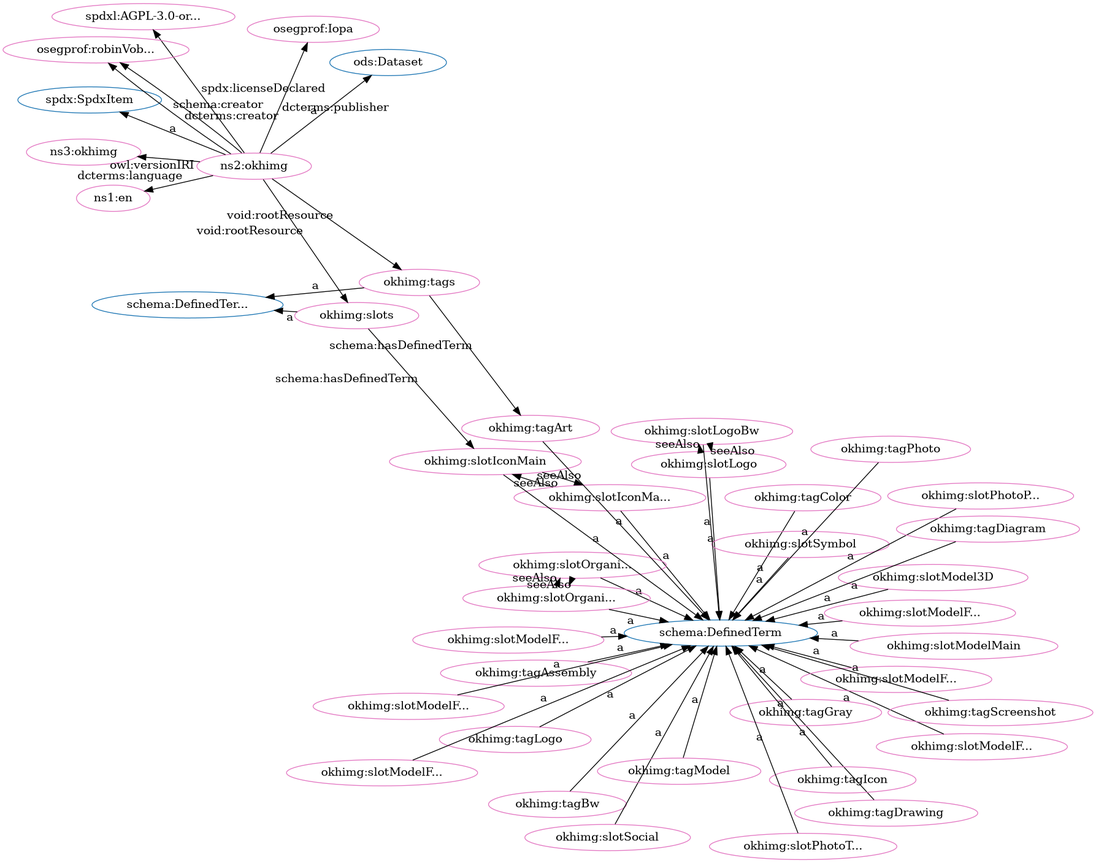
Earlier version of the Graphviz export src/spec/fdp_okh-img.png (iop-alliance/OpenKnowHow). Its source is kept beside it as src/spec/fdp_okh-img.dot.
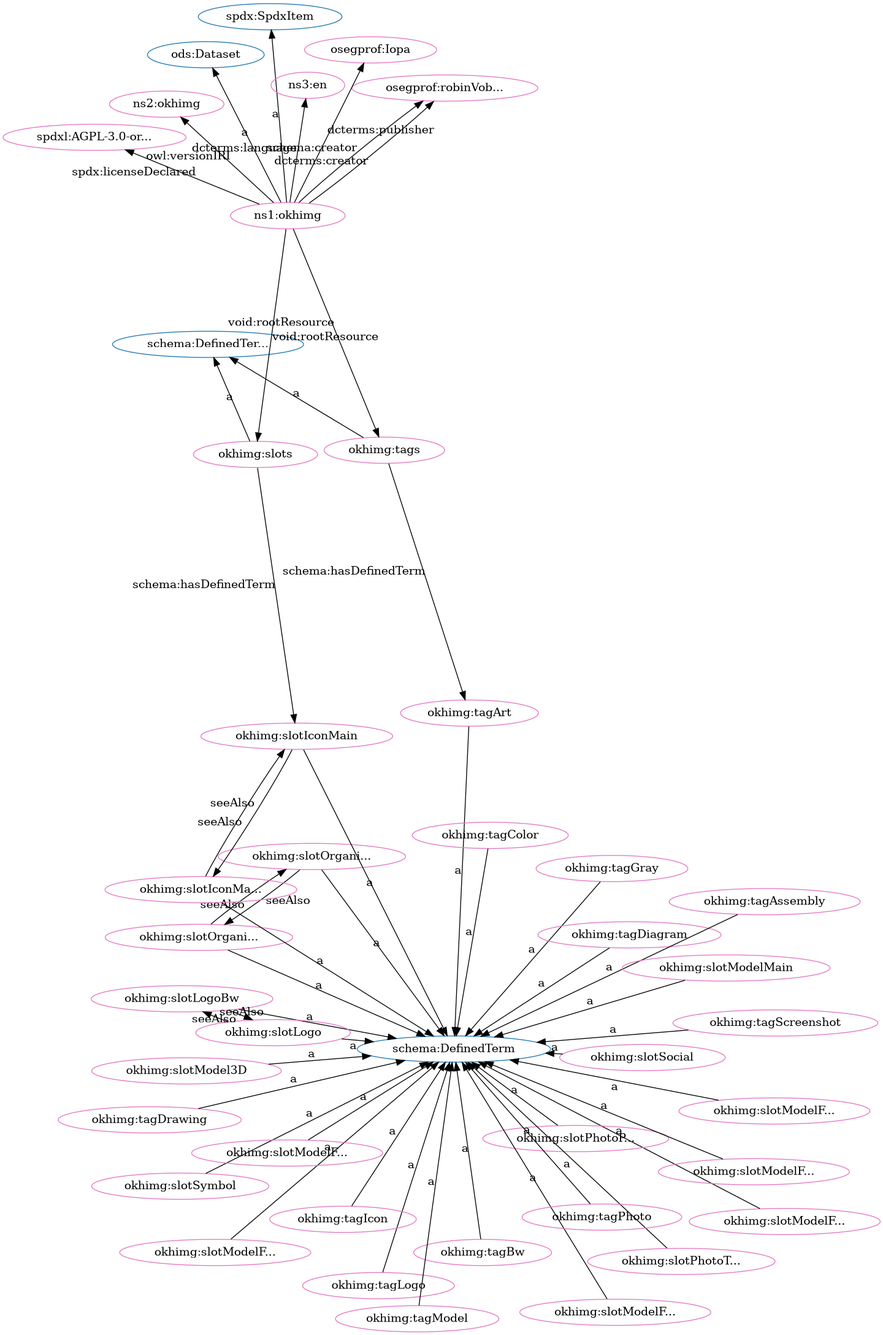
Above is the later version.

Diff of the diagram source:
```diff
@@ -1,96 +1,96 @@
 digraph G {
   rankdir=BT
   node[height=.3]
+"http://schema.org/DefinedTermSet" [fillcolor="#1f77b4" color="#1f77b4" label="schema:DefinedTer..."]
+"http://spdx.org/rdf/terms#SpdxItem" [fillcolor="#1f77b4" color="#1f77b4" label="spdx:SpdxItem"]
+"http://schema.org/DefinedTerm" [fillcolor="#1f77b4" color="#1f77b4" label="schema:DefinedTerm"]
 "http://w3id.org/oseg/ont/ods#Dataset" [fillcolor="#1f77b4" color="#1f77b4" label="ods:Dataset"]
-"http://schema.org/DefinedTermSet" [fillcolor="#1f77b4" color="#1f77b4" label="schema:DefinedTer..."]
-"http://schema.org/DefinedTerm" [fillcolor="#1f77b4" color="#1f77b4" label="schema:DefinedTerm"]
-"http://spdx.org/rdf/terms#SpdxItem" [fillcolor="#1f77b4" color="#1f77b4" label="spdx:SpdxItem"]
+"http://w3id.org/oseg/ont/okhimg#slotLogoBw" [fillcolor="#e377c2" color="#e377c2" label="okhimg:slotLogoBw"]
+"http://w3id.org/oseg/ont/okhimg#tagArt" [fillcolor="#e377c2" color="#e377c2" label="okhimg:tagArt"]
+"http://w3id.org/oseg/ont/okhimg" [fillcolor="#e377c2" color="#e377c2" label="ns1:okhimg"]
+"http://w3id.org/oseg/ont/okhimg#slotOrganizationLogo" [fillcolor="#e377c2" color="#e377c2" label="okhimg:slotOrgani..."]
+"http://w3id.org/oseg/ont/oseg-profiles#robinVobruba" [fillcolor="#e377c2" color="#e377c2" label="osegprof:robinVob..."]
+"http://w3id.org/oseg/ont/okhimg#slotOrganizationLogoBw" [fillcolor="#e377c2" color="#e377c2" label="okhimg:slotOrgani..."]
+"http://w3id.org/oseg/ont/okhimg#tagLogo" [fillcolor="#e377c2" color="#e377c2" label="okhimg:tagLogo"]
+"http://w3id.org/oseg/ont/okhimg#tagGray" [fillcolor="#e377c2" color="#e377c2" label="okhimg:tagGray"]
+"http://w3id.org/oseg/ont/okhimg#slotIconMain" [fillcolor="#e377c2" color="#e377c2" label="okhimg:slotIconMain"]
+"http://w3id.org/oseg/ont/okhimg#slotModelFromBack" [fillcolor="#e377c2" color="#e377c2" label="okhimg:slotModelF..."]
+"http://w3id.org/oseg/ont/okhimg#slotSocial" [fillcolor="#e377c2" color="#e377c2" label="okhimg:slotSocial"]
+"http://w3id.org/oseg/ont/okhimg#slotSymbol" [fillcolor="#e377c2" color="#e377c2" label="okhimg:slotSymbol"]
+"http://w3id.org/oseg/ont/okhimg#tags" [fillcolor="#e377c2" color="#e377c2" label="okhimg:tags"]
+"http://w3id.org/oseg/ont/okhimg#tagDiagram" [fillcolor="#e377c2" color="#e377c2" label="okhimg:tagDiagram"]
 "http://w3id.org/oseg/ont/okhimg#slotIconMainBw" [fillcolor="#e377c2" color="#e377c2" label="okhimg:slotIconMa..."]
+"http://w3id.org/oseg/ont/okhimg#tagAssembly" [fillcolor="#e377c2" color="#e377c2" label="okhimg:tagAssembly"]
+"http://w3id.org/oseg/ont/0.1.0/okhimg" [fillcolor="#e377c2" color="#e377c2" label="ns2:okhimg"]
+"http://w3id.org/oseg/ont/okhimg#slots" [fillcolor="#e377c2" color="#e377c2" label="okhimg:slots"]
 "http://spdx.org/licenses/AGPL-3.0-or-later" [fillcolor="#e377c2" color="#e377c2" label="spdxl:AGPL-3.0-or..."]
-"http://w3id.org/oseg/ont/okhimg#slotOrganizationLogoBw" [fillcolor="#e377c2" color="#e377c2" label="okhimg:slotOrgani..."]
+"http://id.loc.gov/vocabulary/iso639-1/en" [fillcolor="#e377c2" color="#e377c2" label="ns3:en"]
+"http://w3id.org/oseg/ont/okhimg#slotModelFromBelow" [fillcolor="#e377c2" color="#e377c2" label="okhimg:slotModelF..."]
+"http://w3id.org/oseg/ont/okhimg#slotPhotoPackaging" [fillcolor="#e377c2" color="#e377c2" label="okhimg:slotPhotoP..."]
+"http://w3id.org/oseg/ont/okhimg#tagColor" [fillcolor="#e377c2" color="#e377c2" label="okhimg:tagColor"]
+"http://w3id.org/oseg/ont/okhimg#tagDrawing" [fillcolor="#e377c2" color="#e377c2" label="okhimg:tagDrawing"]
+"http://w3id.org/oseg/ont/okhimg#slotModelFromRight" [fillcolor="#e377c2" color="#e377c2" label="okhimg:slotModelF..."]
+"http://w3id.org/oseg/ont/okhimg#slotModelFromAbove" [fillcolor="#e377c2" color="#e377c2" label="okhimg:slotModelF..."]
 "http://w3id.org/oseg/ont/okhimg#slotLogo" [fillcolor="#e377c2" color="#e377c2" label="okhimg:slotLogo"]
-"http://w3id.org/oseg/ont/okhimg#tagDrawing" [fillcolor="#e377c2" color="#e377c2" label="okhimg:tagDrawing"]
-"http://w3id.org/oseg/ont/okhimg#slots" [fillcolor="#e377c2" color="#e377c2" label="okhimg:slots"]
-"http://w3id.org/oseg/ont/okhimg#tags" [fillcolor="#e377c2" color="#e377c2" label="okhimg:tags"]
-"http://id.loc.gov/vocabulary/iso639-1/en" [fillcolor="#e377c2" color="#e377c2" label="ns1:en"]
-"http://w3id.org/oseg/ont/okhimg#slotModelFromBelow" [fillcolor="#e377c2" color="#e377c2" label="okhimg:slotModelF..."]
-"http://w3id.org/oseg/ont/okhimg#tagColor" [fillcolor="#e377c2" color="#e377c2" label="okhimg:tagColor"]
-"http://w3id.org/oseg/ont/okhimg#slotIconMain" [fillcolor="#e377c2" color="#e377c2" label="okhimg:slotIconMain"]
-"http://w3id.org/oseg/ont/okhimg#slotSymbol" [fillcolor="#e377c2" color="#e377c2" label="okhimg:slotSymbol"]
-"http://w3id.org/oseg/ont/okhimg#slotPhotoPackaging" [fillcolor="#e377c2" color="#e377c2" label="okhimg:slotPhotoP..."]
-"http://w3id.org/oseg/ont/okhimg" [fillcolor="#e377c2" color="#e377c2" label="ns2:okhimg"]
+"http://w3id.org/oseg/ont/okhimg#slotModel3D" [fillcolor="#e377c2" color="#e377c2" label="okhimg:slotModel3D"]
 "http://w3id.org/oseg/ont/okhimg#tagBw" [fillcolor="#e377c2" color="#e377c2" label="okhimg:tagBw"]
-"http://w3id.org/oseg/ont/okhimg#tagLogo" [fillcolor="#e377c2" color="#e377c2" label="okhimg:tagLogo"]
-"http://w3id.org/oseg/ont/okhimg#slotSocial" [fillcolor="#e377c2" color="#e377c2" label="okhimg:slotSocial"]
-"http://w3id.org/oseg/ont/oseg-profiles#robinVobruba" [fillcolor="#e377c2" color="#e377c2" label="osegprof:robinVob..."]
-"http://w3id.org/oseg/ont/okhimg#tagAssembly" [fillcolor="#e377c2" color="#e377c2" label="okhimg:tagAssembly"]
+"http://w3id.org/oseg/ont/okhimg#tagScreenshot" [fillcolor="#e377c2" color="#e377c2" label="okhimg:tagScreenshot"]
+"http://w3id.org/oseg/ont/oseg-profiles#Iopa" [fillcolor="#e377c2" color="#e377c2" label="osegprof:Iopa"]
+"http://w3id.org/oseg/ont/okhimg#slotPhotoThingMain" [fillcolor="#e377c2" color="#e377c2" label="okhimg:slotPhotoT..."]
+"http://w3id.org/oseg/ont/okhimg#slotModelMain" [fillcolor="#e377c2" color="#e377c2" label="okhimg:slotModelMain"]
+"http://w3id.org/oseg/ont/okhimg#tagIcon" [fillcolor="#e377c2" color="#e377c2" label="okhimg:tagIcon"]
+"http://w3id.org/oseg/ont/okhimg#slotModelFromLeft" [fillcolor="#e377c2" color="#e377c2" label="okhimg:slotModelF..."]
+"http://w3id.org/oseg/ont/okhimg#tagModel" [fillcolor="#e377c2" color="#e377c2" label="okhimg:tagModel"]
+"http://w3id.org/oseg/ont/okhimg#slotModelFromFront" [fillcolor="#e377c2" color="#e377c2" label="okhimg:slotModelF..."]
 "http://w3id.org/oseg/ont/okhimg#tagPhoto" [fillcolor="#e377c2" color="#e377c2" label="okhimg:tagPhoto"]
-"http://w3id.org/oseg/ont/okhimg#tagArt" [fillcolor="#e377c2" color="#e377c2" label="okhimg:tagArt"]
-"http://w3id.org/oseg/ont/okhimg#slotLogoBw" [fillcolor="#e377c2" color="#e377c2" label="okhimg:slotLogoBw"]
-"http://w3id.org/oseg/ont/okhimg#tagGray" [fillcolor="#e377c2" color="#e377c2" label="okhimg:tagGray"]
-"http://w3id.org/oseg/ont/okhimg#slotModelFromBack" [fillcolor="#e377c2" color="#e377c2" label="okhimg:slotModelF..."]
-"http://w3id.org/oseg/ont/okhimg#tagModel" [fillcolor="#e377c2" color="#e377c2" label="okhimg:tagModel"]
-"http://w3id.org/oseg/ont/okhimg#slotModelFromLeft" [fillcolor="#e377c2" color="#e377c2" label="okhimg:slotModelF..."]
-"http://w3id.org/oseg/ont/okhimg#slotModelMain" [fillcolor="#e377c2" color="#e377c2" label="okhimg:slotModelMain"]
-"http://w3id.org/oseg/ont/oseg-profiles#Iopa" [fillcolor="#e377c2" color="#e377c2" label="osegprof:Iopa"]
-"http://w3id.org/oseg/ont/okhimg#tagScreenshot" [fillcolor="#e377c2" color="#e377c2" label="okhimg:tagScreenshot"]
-"http://w3id.org/oseg/ont/okhimg#slotOrganizationLogo" [fillcolor="#e377c2" color="#e377c2" label="okhimg:slotOrgani..."]
-"http://w3id.org/oseg/ont/okhimg#tagIcon" [fillcolor="#e377c2" color="#e377c2" label="okhimg:tagIcon"]
-"http://w3id.org/oseg/ont/okhimg#slotModelFromFront" [fillcolor="#e377c2" color="#e377c2" label="okhimg:slotModelF..."]
-"http://w3id.org/oseg/ont/okhimg#slotModel3D" [fillcolor="#e377c2" color="#e377c2" label="okhimg:slotModel3D"]
-"http://w3id.org/oseg/ont/okhimg#tagDiagram" [fillcolor="#e377c2" color="#e377c2" label="okhimg:tagDiagram"]
-"http://w3id.org/oseg/ont/0.1.0/okhimg" [fillcolor="#e377c2" color="#e377c2" label="ns3:okhimg"]
-"http://w3id.org/oseg/ont/okhimg#slotModelFromAbove" [fillcolor="#e377c2" color="#e377c2" label="okhimg:slotModelF..."]
-"http://w3id.org/oseg/ont/okhimg#slotModelFromRight" [fillcolor="#e377c2" color="#e377c2" label="okhimg:slotModelF..."]
-"http://w3id.org/oseg/ont/okhimg#slotPhotoThingMain" [fillcolor="#e377c2" color="#e377c2" label="okhimg:slotPhotoT..."]
+  "http://w3id.org/oseg/ont/okhimg#slotLogoBw" -> "http://schema.org/DefinedTerm" [label="a"]
+  "http://w3id.org/oseg/ont/okhimg#tags" -> "http://w3id.org/oseg/ont/okhimg#tagArt" [label="schema:hasDefinedTerm"]
+  "http://w3id.org/oseg/ont/okhimg" -> "http://w3id.org/oseg/ont/ods#Dataset" [label="a"]
+  "http://w3id.org/oseg/ont/okhimg#slotOrganizationLogo" -> "http://schema.org/DefinedTerm" [label="a"]
+  "http://w3id.org/oseg/ont/okhimg" -> "http://w3id.org/oseg/ont/oseg-profiles#robinVobruba" [label="schema:creator"]
+  "http://w3id.org/oseg/ont/okhimg#slotOrganizationLogoBw" -> "http://schema.org/DefinedTerm" [label="a"]
+  "http://w3id.org/oseg/ont/okhimg#tagLogo" -> "http://schema.org/DefinedTerm" [label="a"]
+  "http://w3id.org/oseg/ont/okhimg#tagGray" -> "http://schema.org/DefinedTerm" [label="a"]
+  "http://w3id.org/oseg/ont/okhimg#slotIconMainBw" -> "http://w3id.org/oseg/ont/okhimg#slotIconMain" [label="seeAlso"]
+  "http://w3id.org/oseg/ont/okhimg#slotModelFromBack" -> "http://schema.org/DefinedTerm" [label="a"]
+  "http://w3id.org/oseg/ont/okhimg#slots" -> "http://w3id.org/oseg/ont/okhimg#slotIconMain" [label="schema:hasDefinedTerm"]
+  "http://w3id.org/oseg/ont/okhimg#slotSocial" -> "http://schema.org/DefinedTerm" [label="a"]
+  "http://w3id.org/oseg/ont/okhimg#slotSymbol" -> "http://schema.org/DefinedTerm" [label="a"]
+  "http://w3id.org/oseg/ont/okhimg#tags" -> "http://schema.org/DefinedTermSet" [label="a"]
+  "http://w3id.org/oseg/ont/okhimg#slotOrganizationLogo" -> "http://w3id.org/oseg/ont/okhimg#slotOrganizationLogoBw" [label="seeAlso"]
+  "http://w3id.org/oseg/ont/okhimg#tagDiagram" -> "http://schema.org/DefinedTerm" [label="a"]
+  "http://w3id.org/oseg/ont/okhimg#slotIconMainBw" -> "http://schema.org/DefinedTerm" [label="a"]
   "http://w3id.org/oseg/ont/okhimg#slotIconMain" -> "http://w3id.org/oseg/ont/okhimg#slotIconMainBw" [label="seeAlso"]
+  "http://w3id.org/oseg/ont/okhimg#tagAssembly" -> "http://schema.org/DefinedTerm" [label="a"]
+  "http://w3id.org/oseg/ont/okhimg" -> "http://w3id.org/oseg/ont/0.1.0/okhimg" [label="owl:versionIRI"]
+  "http://w3id.org/oseg/ont/okhimg#slots" -> "http://schema.org/DefinedTermSet" [label="a"]
   "http://w3id.org/oseg/ont/okhimg" -> "http://spdx.org/licenses/AGPL-3.0-or-later" [label="spdx:licenseDeclared"]
-  "http://w3id.org/oseg/ont/okhimg#slotOrganizationLogoBw" -> "http://schema.org/DefinedTerm" [label="a"]
-  "http://w3id.org/oseg/ont/okhimg#slotLogo" -> "http://schema.org/DefinedTerm" [label="a"]
-  "http://w3id.org/oseg/ont/okhimg#tagDrawing" -> "http://schema.org/DefinedTerm" [label="a"]
-  "http://w3id.org/oseg/ont/okhimg#slots" -> "http://schema.org/DefinedTermSet" [label="a"]
-  "http://w3id.org/oseg/ont/okhimg#tags" -> "http://schema.org/DefinedTermSet" [label="a"]
+  "http://w3id.org/oseg/ont/okhimg" -> "http://spdx.org/rdf/terms#SpdxItem" [label="a"]
   "http://w3id.org/oseg/ont/okhimg" -> "http://id.loc.gov/vocabulary/iso639-1/en" [label="dcterms:language"]
   "http://w3id.org/oseg/ont/okhimg#slotModelFromBelow" -> "http://schema.org/DefinedTerm" [label="a"]
+  "http://w3id.org/oseg/ont/okhimg#slotPhotoPackaging" -> "http://schema.org/DefinedTerm" [label="a"]
+  "http://w3id.org/oseg/ont/okhimg#tagColor" -> "http://schema.org/DefinedTerm" [label="a"]
+  "http://w3id.org/oseg/ont/okhimg#tagDrawing" -> "http://schema.org/DefinedTerm" [label="a"]
+  "http://w3id.org/oseg/ont/okhimg#slotModelFromRight" -> "http://schema.org/DefinedTerm" [label="a"]
+  "http://w3id.org/oseg/ont/okhimg#slotModelFromAbove" -> "http://schema.org/DefinedTerm" [label="a"]
+  "http://w3id.org/oseg/ont/okhimg" -> "http://w3id.org/oseg/ont/oseg-profiles#robinVobruba" [label="dcterms:creator"]
+  "http://w3id.org/oseg/ont/okhimg#slotLogoBw" -> "http://w3id.org/oseg/ont/okhimg#slotLogo" [label="seeAlso"]
+  "http://w3id.org/oseg/ont/okhimg#slotModel3D" -> "http://schema.org/DefinedTerm" [label="a"]
+  "http://w3id.org/oseg/ont/okhimg#tagArt" -> "http://schema.org/DefinedTerm" [label="a"]
+  "http://w3id.org/oseg/ont/okhimg#tagBw" -> "http://schema.org/DefinedTerm" [label="a"]
+  "http://w3id.org/oseg/ont/okhimg#tagScreenshot" -> "http://schema.org/DefinedTerm" [label="a"]
+  "http://w3id.org/oseg/ont/okhimg#slotLogo" -> "http://schema.org/DefinedTerm" [label="a"]
+  "http://w3id.org/oseg/ont/okhimg#slotLogo" -> "http://w3id.org/oseg/ont/okhimg#slotLogoBw" [label="seeAlso"]
+  "http://w3id.org/oseg/ont/okhimg" -> "http://w3id.org/oseg/ont/oseg-profiles#Iopa" [label="dcterms:publisher"]
+  "http://w3id.org/oseg/ont/okhimg#slotPhotoThingMain" -> "http://schema.org/DefinedTerm" [label="a"]
+  "http://w3id.org/oseg/ont/okhimg#slotModelMain" -> "http://schema.org/DefinedTerm" [label="a"]
+  "http://w3id.org/oseg/ont/okhimg#tagIcon" -> "http://schema.org/DefinedTerm" [label="a"]
+  "http://w3id.org/oseg/ont/okhimg#slotModelFromLeft" -> "http://schema.org/DefinedTerm" [label="a"]
+  "http://w3id.org/oseg/ont/okhimg#tagModel" -> "http://schema.org/DefinedTerm" [label="a"]
+  "http://w3id.org/oseg/ont/okhimg" -> "http://w3id.org/oseg/ont/okhimg#tags" [label="void:rootResource"]
+  "http://w3id.org/oseg/ont/okhimg#slotIconMain" -> "http://schema.org/DefinedTerm" [label="a"]
+  "http://w3id.org/oseg/ont/okhimg#slotOrganizationLogoBw" -> "http://w3id.org/oseg/ont/okhimg#slotOrganizationLogo" [label="seeAlso"]
   "http://w3id.org/oseg/ont/okhimg" -> "http://w3id.org/oseg/ont/okhimg#slots" [label="void:rootResource"]
-  "http://w3id.org/oseg/ont/okhimg#tagColor" -> "http://schema.org/DefinedTerm" [label="a"]
-  "http://w3id.org/oseg/ont/okhimg#slotIconMain" -> "http://schema.org/DefinedTerm" [label="a"]
-  "http://w3id.org/oseg/ont/okhimg#slotSymbol" -> "http://schema.org/DefinedTerm" [label="a"]
-  "http://w3id.org/oseg/ont/okhimg#slotPhotoPackaging" -> "http://schema.org/DefinedTerm" [label="a"]
-  "http://w3id.org/oseg/ont/okhimg" -> "http://w3id.org/oseg/ont/ods#Dataset" [label="a"]
-  "http://w3id.org/oseg/ont/okhimg#tagBw" -> "http://schema.org/DefinedTerm" [label="a"]
-  "http://w3id.org/oseg/ont/okhimg#tagLogo" -> "http://schema.org/DefinedTerm" [label="a"]
-  "http://w3id.org/oseg/ont/okhimg#slotSocial" -> "http://schema.org/DefinedTerm" [label="a"]
-  "http://w3id.org/oseg/ont/okhimg" -> "http://w3id.org/oseg/ont/oseg-profiles#robinVobruba" [label="schema:creator"]
-  "http://w3id.org/oseg/ont/okhimg#tagAssembly" -> "http://schema.org/DefinedTerm" [label="a"]
+  "http://w3id.org/oseg/ont/okhimg#slotModelFromFront" -> "http://schema.org/DefinedTerm" [label="a"]
   "http://w3id.org/oseg/ont/okhimg#tagPhoto" -> "http://schema.org/DefinedTerm" [label="a"]
-  "http://w3id.org/oseg/ont/okhimg#tags" -> "http://w3id.org/oseg/ont/okhimg#tagArt" [label="schema:hasDefinedTerm"]
-  "http://w3id.org/oseg/ont/okhimg#slotLogoBw" -> "http://schema.org/DefinedTerm" [label="a"]
-  "http://w3id.org/oseg/ont/okhimg#tagGray" -> "http://schema.org/DefinedTerm" [label="a"]
-  "http://w3id.org/oseg/ont/okhimg#slotModelFromBack" -> "http://schema.org/DefinedTerm" [label="a"]
-  "http://w3id.org/oseg/ont/okhimg#slotIconMainBw" -> "http://schema.org/DefinedTerm" [label="a"]
-  "http://w3id.org/oseg/ont/okhimg#slotIconMainBw" -> "http://w3id.org/oseg/ont/okhimg#slotIconMain" [label="seeAlso"]
-  "http://w3id.org/oseg/ont/okhimg#tagModel" -> "http://schema.org/DefinedTerm" [label="a"]
-  "http://w3id.org/oseg/ont/okhimg#slotModelFromLeft" -> "http://schema.org/DefinedTerm" [label="a"]
-  "http://w3id.org/oseg/ont/okhimg" -> "http://spdx.org/rdf/terms#SpdxItem" [label="a"]
-  "http://w3id.org/oseg/ont/okhimg#slotLogoBw" -> "http://w3id.org/oseg/ont/okhimg#slotLogo" [label="seeAlso"]
-  "http://w3id.org/oseg/ont/okhimg#slotModelMain" -> "http://schema.org/DefinedTerm" [label="a"]
-  "http://w3id.org/oseg/ont/okhimg" -> "http://w3id.org/oseg/ont/oseg-profiles#Iopa" [label="dcterms:publisher"]
-  "http://w3id.org/oseg/ont/okhimg#tagScreenshot" -> "http://schema.org/DefinedTerm" [label="a"]
-  "http://w3id.org/oseg/ont/okhimg#slotOrganizationLogo" -> "http://schema.org/DefinedTerm" [label="a"]
-  "http://w3id.org/oseg/ont/okhimg#slots" -> "http://w3id.org/oseg/ont/okhimg#slotIconMain" [label="schema:hasDefinedTerm"]
-  "http://w3id.org/oseg/ont/okhimg" -> "http://w3id.org/oseg/ont/okhimg#tags" [label="void:rootResource"]
-  "http://w3id.org/oseg/ont/okhimg#tagArt" -> "http://schema.org/DefinedTerm" [label="a"]
-  "http://w3id.org/oseg/ont/okhimg#tagIcon" -> "http://schema.org/DefinedTerm" [label="a"]
-  "http://w3id.org/oseg/ont/okhimg#slotOrganizationLogo" -> "http://w3id.org/oseg/ont/okhimg#slotOrganizationLogoBw" [label="seeAlso"]
-  "http://w3id.org/oseg/ont/okhimg#slotModelFromFront" -> "http://schema.org/DefinedTerm" [label="a"]
-  "http://w3id.org/oseg/ont/okhimg#slotModel3D" -> "http://schema.org/DefinedTerm" [label="a"]
-  "http://w3id.org/oseg/ont/okhimg#slotOrganizationLogoBw" -> "http://w3id.org/oseg/ont/okhimg#slotOrganizationLogo" [label="seeAlso"]
-  "http://w3id.org/oseg/ont/okhimg#tagDiagram" -> "http://schema.org/DefinedTerm" [label="a"]
-  "http://w3id.org/oseg/ont/okhimg" -> "http://w3id.org/oseg/ont/oseg-profiles#robinVobruba" [label="dcterms:creator"]
-  "http://w3id.org/oseg/ont/okhimg" -> "http://w3id.org/oseg/ont/0.1.0/okhimg" [label="owl:versionIRI"]
-  "http://w3id.org/oseg/ont/okhimg#slotLogo" -> "http://w3id.org/oseg/ont/okhimg#slotLogoBw" [label="seeAlso"]
-  "http://w3id.org/oseg/ont/okhimg#slotModelFromAbove" -> "http://schema.org/DefinedTerm" [label="a"]
-  "http://w3id.org/oseg/ont/okhimg#slotModelFromRight" -> "http://schema.org/DefinedTerm" [label="a"]
-  "http://w3id.org/oseg/ont/okhimg#slotPhotoThingMain" -> "http://schema.org/DefinedTerm" [label="a"]
 }
```
